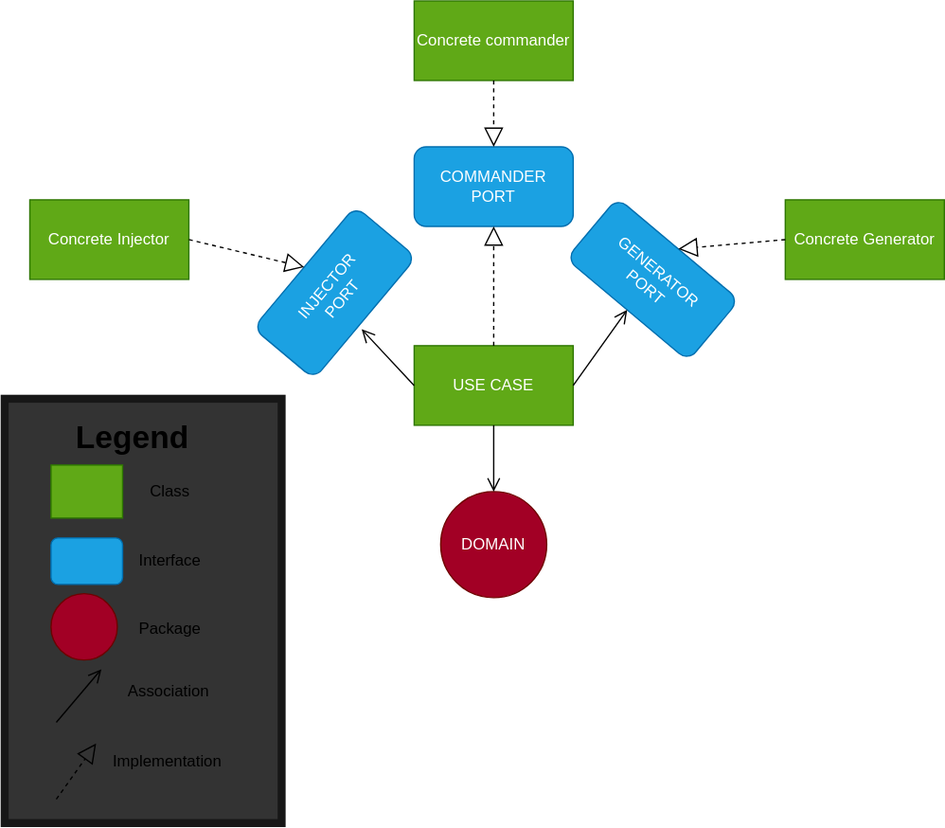
Earlier version of the draw.io export images/eneagonal-architecture.svg (nclsbayona/resume-generator). Source tidied: cells renumbered, new cells last; positions are measured from the earlier drawing's top-left corner, leaving out a move shared by most shapes. The source it was exported from:
```xml
<mxGraphModel>
  <root>
    <mxCell id="0" />
    <mxCell id="1" parent="0" />
    <mxCell id="2" style="rounded=0;whiteSpace=wrap;html=1;fillColor=#333333;strokeWidth=6;strokeColor=#171717;" parent="1" vertex="1">
      <mxGeometry y="300" width="209" height="320" as="geometry" />
    </mxCell>
    <mxCell id="3" value="INJECTOR &lt;br&gt;PORT" style="rounded=1;whiteSpace=wrap;html=1;rotation=-50;fillColor=#1ba1e2;fontColor=#ffffff;strokeColor=#006EAF;" parent="1" vertex="1">
      <mxGeometry x="189" y="190" width="120" height="60" as="geometry" />
    </mxCell>
    <mxCell id="4" value="GENERATOR&lt;br&gt;PORT" style="rounded=1;whiteSpace=wrap;html=1;rotation=40;fillColor=#1ba1e2;fontColor=#ffffff;strokeColor=#006EAF;" parent="1" vertex="1">
      <mxGeometry x="429" y="180" width="120" height="60" as="geometry" />
    </mxCell>
    <mxCell id="5" value="DOMAIN" style="ellipse;whiteSpace=wrap;html=1;fillColor=#a20025;fontColor=#ffffff;strokeColor=#6F0000;" parent="1" vertex="1">
      <mxGeometry x="329" y="370" width="80" height="80" as="geometry" />
    </mxCell>
    <mxCell id="6" value="USE CASE" style="rounded=0;whiteSpace=wrap;html=1;fillColor=#60a917;fontColor=#ffffff;strokeColor=#2D7600;" parent="1" vertex="1">
      <mxGeometry x="309" y="260" width="120" height="60" as="geometry" />
    </mxCell>
    <mxCell id="7" value="Concrete Injector" style="rounded=0;whiteSpace=wrap;html=1;fillColor=#60a917;fontColor=#ffffff;strokeColor=#2D7600;" parent="1" vertex="1">
      <mxGeometry x="19" y="150" width="120" height="60" as="geometry" />
    </mxCell>
    <mxCell id="8" value="Concrete commander" style="rounded=0;whiteSpace=wrap;html=1;fillColor=#60a917;fontColor=#ffffff;strokeColor=#2D7600;" parent="1" vertex="1">
      <mxGeometry x="309" width="120" height="60" as="geometry" />
    </mxCell>
    <mxCell id="9" value="Concrete Generator" style="rounded=0;whiteSpace=wrap;html=1;fillColor=#60a917;fontColor=#ffffff;strokeColor=#2D7600;" parent="1" vertex="1">
      <mxGeometry x="589" y="150" width="120" height="60" as="geometry" />
    </mxCell>
    <mxCell id="10" value="COMMANDER&lt;br&gt;PORT" style="rounded=1;whiteSpace=wrap;html=1;rotation=0;fillColor=#1ba1e2;fontColor=#ffffff;strokeColor=#006EAF;" parent="1" vertex="1">
      <mxGeometry x="309" y="110" width="120" height="60" as="geometry" />
    </mxCell>
    <mxCell id="11" style="endArrow=block;dashed=1;endFill=0;endSize=12;html=1;exitX=1;exitY=0.5;exitDx=0;exitDy=0;entryX=0.5;entryY=0;entryDx=0;entryDy=0;" parent="1" edge="1" source="7" target="3">
      <mxGeometry relative="1" as="geometry" />
    </mxCell>
    <mxCell id="12" style="endArrow=block;dashed=1;endFill=0;endSize=12;html=1;entryX=0.5;entryY=0;entryDx=0;entryDy=0;exitX=0.5;exitY=1;exitDx=0;exitDy=0;" parent="1" edge="1" source="8" target="10">
      <mxGeometry relative="1" as="geometry" />
    </mxCell>
    <mxCell id="13" style="endArrow=block;dashed=1;endFill=0;endSize=12;html=1;entryX=0.5;entryY=0;entryDx=0;entryDy=0;exitX=0;exitY=0.5;exitDx=0;exitDy=0;" parent="1" edge="1" source="9" target="4">
      <mxGeometry relative="1" as="geometry" />
    </mxCell>
    <mxCell id="14" style="endArrow=open;startArrow=none;endFill=0;startFill=0;endSize=8;html=1;verticalAlign=bottom;labelBackgroundColor=none;strokeWidth=1;exitX=1;exitY=0.5;exitDx=0;exitDy=0;entryX=0.5;entryY=1;entryDx=0;entryDy=0;" parent="1" edge="1" source="6" target="4">
      <mxGeometry relative="1" as="geometry" />
    </mxCell>
    <mxCell id="15" style="endArrow=open;startArrow=none;endFill=0;startFill=0;endSize=8;html=1;verticalAlign=bottom;labelBackgroundColor=none;strokeWidth=1;exitX=0;exitY=0.5;exitDx=0;exitDy=0;entryX=0.433;entryY=1.056;entryDx=0;entryDy=0;entryPerimeter=0;" parent="1" edge="1" source="6" target="3">
      <mxGeometry relative="1" as="geometry" />
    </mxCell>
    <mxCell id="16" style="endArrow=open;startArrow=none;endFill=0;startFill=0;endSize=8;html=1;verticalAlign=bottom;labelBackgroundColor=none;strokeWidth=1;exitX=0.5;exitY=1;exitDx=0;exitDy=0;entryX=0.5;entryY=0;entryDx=0;entryDy=0;" parent="1" edge="1" source="6" target="5">
      <mxGeometry relative="1" as="geometry" />
    </mxCell>
    <mxCell id="17" value="&lt;h1&gt;Legend&lt;/h1&gt;" style="text;html=1;strokeColor=none;fillColor=none;spacing=5;spacingTop=-20;whiteSpace=wrap;overflow=hidden;rounded=0;" parent="1" vertex="1">
      <mxGeometry x="49" y="310" width="100" height="40" as="geometry" />
    </mxCell>
    <mxCell id="18" style="rounded=0;whiteSpace=wrap;html=1;fillColor=#60a917;fontColor=#ffffff;strokeColor=#2D7600;" parent="1" vertex="1">
      <mxGeometry x="35" y="350" width="54" height="40" as="geometry" />
    </mxCell>
    <mxCell id="19" value="Class" style="text;html=1;strokeColor=none;fillColor=none;align=center;verticalAlign=middle;whiteSpace=wrap;rounded=0;" parent="1" vertex="1">
      <mxGeometry x="95" y="355" width="60" height="30" as="geometry" />
    </mxCell>
    <mxCell id="20" style="ellipse;whiteSpace=wrap;html=1;fillColor=#a20025;fontColor=#ffffff;strokeColor=#6F0000;" parent="1" vertex="1">
      <mxGeometry x="35" y="447" width="50" height="50" as="geometry" />
    </mxCell>
    <mxCell id="21" value="Package" style="text;html=1;strokeColor=none;fillColor=none;align=center;verticalAlign=middle;whiteSpace=wrap;rounded=0;" parent="1" vertex="1">
      <mxGeometry x="95" y="459" width="60" height="30" as="geometry" />
    </mxCell>
    <mxCell id="22" style="rounded=1;whiteSpace=wrap;html=1;rotation=0;fillColor=#1ba1e2;fontColor=#ffffff;strokeColor=#006EAF;" parent="1" vertex="1">
      <mxGeometry x="35" y="405" width="54" height="35" as="geometry" />
    </mxCell>
    <mxCell id="23" value="Interface" style="text;html=1;strokeColor=none;fillColor=none;align=center;verticalAlign=middle;whiteSpace=wrap;rounded=0;" parent="1" vertex="1">
      <mxGeometry x="95" y="407" width="60" height="30" as="geometry" />
    </mxCell>
    <mxCell id="24" style="endArrow=block;dashed=1;endFill=0;endSize=12;html=1;exitX=0.5;exitY=0;exitDx=0;exitDy=0;entryX=0.5;entryY=1;entryDx=0;entryDy=0;" parent="1" edge="1" source="6" target="10">
      <mxGeometry relative="1" as="geometry" />
    </mxCell>
    <mxCell id="25" style="endArrow=open;startArrow=none;endFill=0;startFill=0;endSize=8;html=1;verticalAlign=bottom;labelBackgroundColor=none;strokeWidth=1;exitX=1;exitY=0.5;exitDx=0;exitDy=0;" parent="1" edge="1">
      <mxGeometry relative="1" as="geometry">
        <mxPoint x="39" y="544" as="sourcePoint" />
        <mxPoint x="73" y="504" as="targetPoint" />
      </mxGeometry>
    </mxCell>
    <mxCell id="26" value="Association" style="text;html=1;strokeColor=none;fillColor=none;align=center;verticalAlign=middle;whiteSpace=wrap;rounded=0;" parent="1" vertex="1">
      <mxGeometry x="94" y="506" width="60" height="30" as="geometry" />
    </mxCell>
    <mxCell id="27" style="endArrow=block;dashed=1;endFill=0;endSize=12;html=1;exitX=0.5;exitY=0;exitDx=0;exitDy=0;" parent="1" edge="1">
      <mxGeometry relative="1" as="geometry">
        <mxPoint x="39" y="602" as="sourcePoint" />
        <mxPoint x="69" y="560" as="targetPoint" />
      </mxGeometry>
    </mxCell>
    <mxCell id="28" value="Implementation" style="text;html=1;strokeColor=none;fillColor=none;align=center;verticalAlign=middle;whiteSpace=wrap;rounded=0;" parent="1" vertex="1">
      <mxGeometry x="93" y="559" width="60" height="30" as="geometry" />
    </mxCell>
  </root>
</mxGraphModel>
```
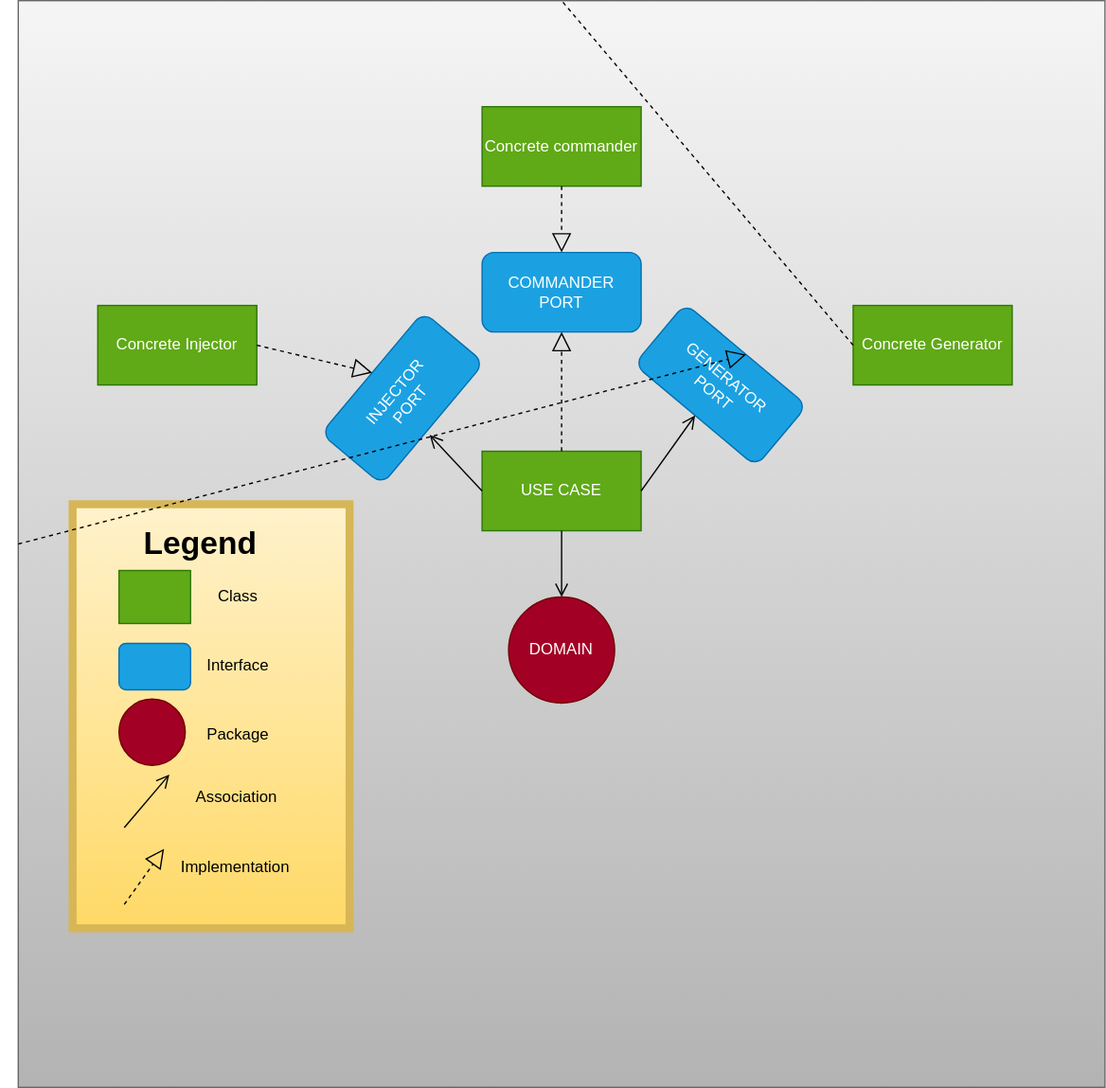
After the commit.

Commit message:
docs: :art: Change diagram colors

What changed in the source:
```diff
@@ -2,7 +2,10 @@
   <root>
     <mxCell id="0" />
     <mxCell id="1" parent="0" />
+    <mxCell id="29" style="whiteSpace=wrap;html=1;fillColor=#f5f5f5;strokeColor=#666666;gradientColor=#b3b3b3;" parent="1" vertex="1">
+      <mxGeometry x="-41" y="-80" width="820" height="820" as="geometry" />
+    </mxCell>
-    <mxCell id="2" style="rounded=0;whiteSpace=wrap;html=1;fillColor=#333333;strokeWidth=6;strokeColor=#171717;" parent="1" vertex="1">
+    <mxCell id="2" style="rounded=0;whiteSpace=wrap;html=1;fillColor=#fff2cc;strokeWidth=6;strokeColor=#d6b656;gradientColor=#ffd966;" parent="1" vertex="1">
       <mxGeometry y="300" width="209" height="320" as="geometry" />
     </mxCell>
     <mxCell id="3" value="INJECTOR &lt;br&gt;PORT" style="rounded=1;whiteSpace=wrap;html=1;rotation=-50;fillColor=#1ba1e2;fontColor=#ffffff;strokeColor=#006EAF;" parent="1" vertex="1">
@@ -35,7 +38,7 @@
     <mxCell id="12" style="endArrow=block;dashed=1;endFill=0;endSize=12;html=1;entryX=0.5;entryY=0;entryDx=0;entryDy=0;exitX=0.5;exitY=1;exitDx=0;exitDy=0;" parent="1" edge="1" source="8" target="10">
       <mxGeometry relative="1" as="geometry" />
     </mxCell>
-    <mxCell id="13" style="endArrow=block;dashed=1;endFill=0;endSize=12;html=1;entryX=0.5;entryY=0;entryDx=0;entryDy=0;exitX=0;exitY=0.5;exitDx=0;exitDy=0;" parent="1" edge="1" source="9" target="4">
+    <mxCell id="13" style="endArrow=block;dashed=1;endFill=0;endSize=12;html=1;entryX=0.5;entryY=0;entryDx=0;entryDy=0;exitX=0;exitY=0.5;exitDx=0;exitDy=0;startArrow=none;" parent="1" edge="1" source="29" target="4">
       <mxGeometry relative="1" as="geometry" />
     </mxCell>
     <mxCell id="14" style="endArrow=open;startArrow=none;endFill=0;startFill=0;endSize=8;html=1;verticalAlign=bottom;labelBackgroundColor=none;strokeWidth=1;exitX=1;exitY=0.5;exitDx=0;exitDy=0;entryX=0.5;entryY=1;entryDx=0;entryDy=0;" parent="1" edge="1" source="6" target="4">
@@ -89,5 +92,8 @@
     <mxCell id="28" value="Implementation" style="text;html=1;strokeColor=none;fillColor=none;align=center;verticalAlign=middle;whiteSpace=wrap;rounded=0;" parent="1" vertex="1">
       <mxGeometry x="93" y="559" width="60" height="30" as="geometry" />
     </mxCell>
+    <mxCell id="30" style="endArrow=none;dashed=1;endFill=0;endSize=12;html=1;entryX=0.5;entryY=0;entryDx=0;entryDy=0;exitX=0;exitY=0.5;exitDx=0;exitDy=0;" parent="1" edge="1" source="9" target="29">
+      <mxGeometry relative="1" as="geometry" />
+    </mxCell>
   </root>
 </mxGraphModel>
```
